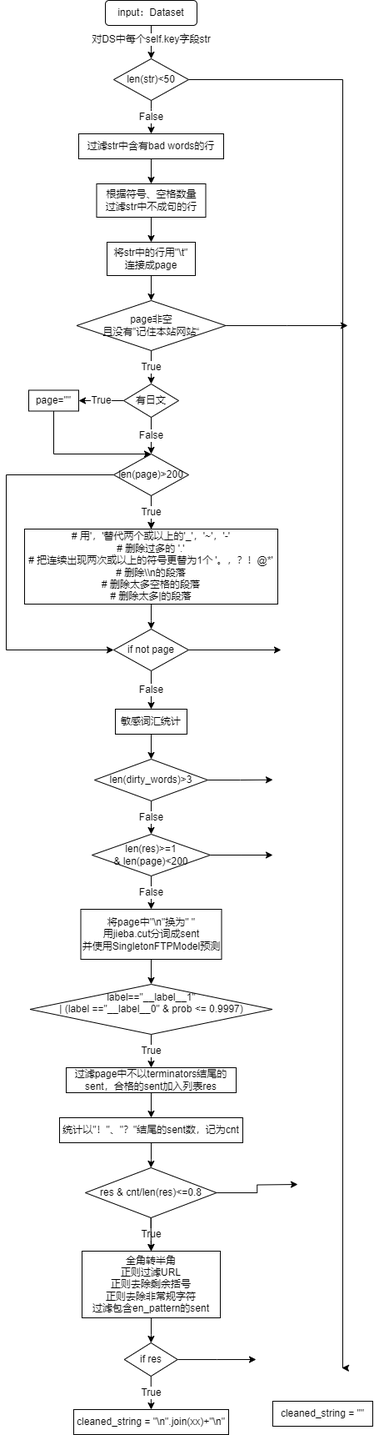
This is draw.io/OneFlow/zh_clean_OP_flowchart.png from LanXiu-0523/Image_host, a draw.io export, as it was before one commit. Source tidied: cells renumbered, new cells last; positions are measured from the earlier drawing's top-left corner, leaving out a move shared by most shapes.
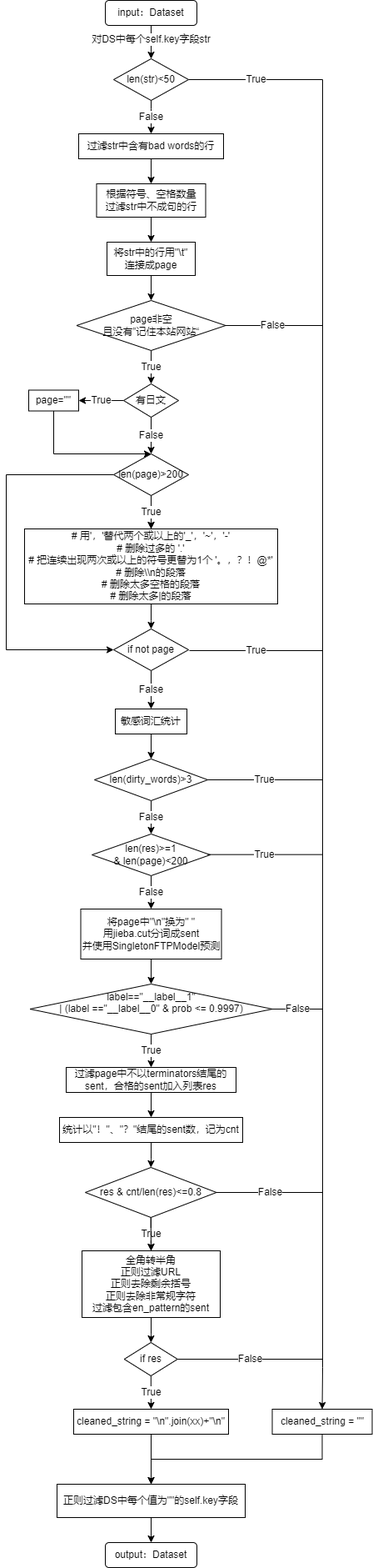
After the commit.

Change to the diagram source:
```diff
@@ -15,11 +15,11 @@
         <mxPoint x="-2" y="4" as="offset" />
       </mxGeometry>
     </mxCell>
-    <mxCell id="5" style="edgeStyle=orthogonalEdgeStyle;rounded=0;jettySize=auto;html=1;" parent="1" edge="1" source="6">
-      <mxGeometry relative="1" as="geometry">
-        <mxPoint x="403" y="1640" as="targetPoint" />
+    <mxCell id="5" value="True" style="edgeStyle=orthogonalEdgeStyle;rounded=0;jettySize=auto;html=1;entryX=0.5;entryY=0;entryDx=0;entryDy=0;" parent="1" edge="1" source="6" target="58">
+      <mxGeometry x="-0.91" relative="1" as="geometry">
         <Array as="points">
-          <mxPoint x="404" y="95" />
+          <mxPoint x="380" y="95" />
+          <mxPoint x="380" y="1640" />
         </Array>
       </mxGeometry>
     </mxCell>
@@ -50,11 +50,6 @@
         <mxPoint x="174" y="290" as="targetPoint" />
       </mxGeometry>
     </mxCell>
-    <mxCell id="12" style="edgeStyle=orthogonalEdgeStyle;rounded=0;jettySize=auto;html=1;" parent="1" edge="1" source="13">
-      <mxGeometry relative="1" as="geometry">
-        <mxPoint x="410" y="390" as="targetPoint" />
-      </mxGeometry>
-    </mxCell>
     <mxCell id="13" value="page非空&lt;br&gt;且没有”记住本站网站“" style="rhombus;whiteSpace=wrap;html=1;" parent="1" vertex="1">
       <mxGeometry x="84.5" y="360" width="179" height="60" as="geometry" />
     </mxCell>
@@ -110,11 +105,6 @@
     <mxCell id="26" value="False" style="edgeStyle=orthogonalEdgeStyle;rounded=0;jettySize=auto;html=1;entryX=0.5;entryY=0;entryDx=0;entryDy=0;" parent="1" edge="1" source="28" target="32">
       <mxGeometry relative="1" as="geometry" />
     </mxCell>
-    <mxCell id="27" style="edgeStyle=orthogonalEdgeStyle;rounded=0;jettySize=auto;html=1;" parent="1" edge="1" source="28">
-      <mxGeometry relative="1" as="geometry">
-        <mxPoint x="330" y="779" as="targetPoint" />
-      </mxGeometry>
-    </mxCell>
     <mxCell id="28" value="if not page" style="rhombus;whiteSpace=wrap;html=1;" parent="1" vertex="1">
       <mxGeometry x="129" y="754" width="90" height="50" as="geometry" />
     </mxCell>
@@ -134,22 +124,12 @@
     <mxCell id="32" value="敏感词汇统计" style="rounded=0;whiteSpace=wrap;html=1;" parent="1" vertex="1">
       <mxGeometry x="131" y="850" width="86" height="30" as="geometry" />
     </mxCell>
-    <mxCell id="33" style="edgeStyle=orthogonalEdgeStyle;rounded=0;jettySize=auto;html=1;exitX=1;exitY=0.5;exitDx=0;exitDy=0;" parent="1" edge="1" source="35">
-      <mxGeometry relative="1" as="geometry">
-        <mxPoint x="320" y="934.7" as="targetPoint" />
-      </mxGeometry>
-    </mxCell>
     <mxCell id="34" value="False" style="edgeStyle=orthogonalEdgeStyle;rounded=0;jettySize=auto;html=1;" parent="1" edge="1" source="35" target="38">
       <mxGeometry relative="1" as="geometry" />
     </mxCell>
     <mxCell id="35" value="len(dirty_words)&amp;gt;3" style="rhombus;whiteSpace=wrap;html=1;" parent="1" vertex="1">
       <mxGeometry x="106" y="910" width="136" height="50" as="geometry" />
     </mxCell>
-    <mxCell id="36" style="edgeStyle=orthogonalEdgeStyle;rounded=0;jettySize=auto;html=1;" parent="1" edge="1" source="38">
-      <mxGeometry relative="1" as="geometry">
-        <mxPoint x="320" y="1025" as="targetPoint" />
-      </mxGeometry>
-    </mxCell>
     <mxCell id="37" value="False" style="edgeStyle=orthogonalEdgeStyle;rounded=0;jettySize=auto;html=1;" parent="1" edge="1" source="38" target="40">
       <mxGeometry relative="1" as="geometry" />
     </mxCell>
@@ -185,11 +165,6 @@
     <mxCell id="47" value="过滤page中不以terminators结尾的sent，合格的sent加入列表res" style="rounded=0;whiteSpace=wrap;html=1;" parent="1" vertex="1">
       <mxGeometry x="72" y="1280" width="204" height="30" as="geometry" />
     </mxCell>
-    <mxCell id="48" style="edgeStyle=orthogonalEdgeStyle;rounded=0;jettySize=auto;html=1;" parent="1" edge="1" source="51">
-      <mxGeometry relative="1" as="geometry">
-        <mxPoint x="350" y="1420" as="targetPoint" />
-      </mxGeometry>
-    </mxCell>
     <mxCell id="49" value="True" style="edgeStyle=orthogonalEdgeStyle;rounded=0;jettySize=auto;html=1;" parent="1" edge="1" source="51" target="53">
       <mxGeometry x="-0.02" relative="1" as="geometry" />
     </mxCell>
@@ -205,25 +180,77 @@
     <mxCell id="53" value="全角转半角&lt;br&gt;正则过滤URL&lt;br&gt;正则去除剩余括号&lt;br&gt;正则去除非常规字符&lt;br&gt;过滤包含en_pattern的sent" style="rounded=0;whiteSpace=wrap;html=1;" parent="1" vertex="1">
       <mxGeometry x="91" y="1500" width="166" height="80" as="geometry" />
     </mxCell>
-    <mxCell id="54" style="edgeStyle=orthogonalEdgeStyle;rounded=0;jettySize=auto;html=1;" parent="1" edge="1" source="56">
-      <mxGeometry relative="1" as="geometry">
-        <mxPoint x="300" y="1630" as="targetPoint" />
-      </mxGeometry>
-    </mxCell>
     <mxCell id="55" value="True" style="edgeStyle=orthogonalEdgeStyle;rounded=0;jettySize=auto;html=1;" parent="1" edge="1" source="56" target="57">
       <mxGeometry relative="1" as="geometry" />
     </mxCell>
     <mxCell id="56" value="if res" style="rhombus;whiteSpace=wrap;html=1;" parent="1" vertex="1">
       <mxGeometry x="141.8" y="1610" width="64" height="40" as="geometry" />
     </mxCell>
+    <mxCell id="60" style="edgeStyle=orthogonalEdgeStyle;rounded=0;jettySize=auto;html=1;" parent="1" edge="1" source="57" target="70">
+      <mxGeometry relative="1" as="geometry" />
+    </mxCell>
     <mxCell id="57" value="cleaned_string = &quot;\n&quot;.join(xx)+&quot;\n&quot;" style="rounded=0;whiteSpace=wrap;html=1;" parent="1" vertex="1">
       <mxGeometry x="81" y="1690" width="186" height="30" as="geometry" />
     </mxCell>
+    <mxCell id="61" style="edgeStyle=orthogonalEdgeStyle;rounded=0;jettySize=auto;html=1;entryX=0.5;entryY=0;entryDx=0;entryDy=0;" parent="1" edge="1" source="58" target="70">
+      <mxGeometry relative="1" as="geometry">
+        <Array as="points">
+          <mxPoint x="379" y="1750" />
+          <mxPoint x="174" y="1750" />
+        </Array>
+      </mxGeometry>
+    </mxCell>
     <mxCell id="58" value="cleaned_string = &quot;&quot;" style="rounded=0;whiteSpace=wrap;html=1;" parent="1" vertex="1">
-      <mxGeometry x="320" y="1680" width="120" height="30" as="geometry" />
+      <mxGeometry x="319.5" y="1690" width="120" height="30" as="geometry" />
     </mxCell>
     <mxCell id="59" style="edgeStyle=orthogonalEdgeStyle;rounded=0;orthogonalLoop=1;jettySize=auto;html=1;exitX=0.5;exitY=1;exitDx=0;exitDy=0;" parent="1" edge="1" source="58" target="58">
       <mxGeometry relative="1" as="geometry" />
     </mxCell>
+    <mxCell id="62" value="False" style="endArrow=none;html=1;rounded=0;exitX=1;exitY=0.5;exitDx=0;exitDy=0;" parent="1" edge="1" source="13">
+      <mxGeometry x="-0.03" relative="1" as="geometry">
+        <mxPoint x="380" y="390" as="targetPoint" />
+      </mxGeometry>
+    </mxCell>
+    <mxCell id="63" value="True" style="endArrow=none;html=1;rounded=0;" parent="1" edge="1">
+      <mxGeometry relative="1" as="geometry">
+        <mxPoint x="220" y="780" as="sourcePoint" />
+        <mxPoint x="380" y="780" as="targetPoint" />
+      </mxGeometry>
+    </mxCell>
+    <mxCell id="64" value="True" style="endArrow=none;html=1;rounded=0;exitX=1;exitY=0.5;exitDx=0;exitDy=0;" parent="1" edge="1" source="35">
+      <mxGeometry x="-0.01" relative="1" as="geometry">
+        <mxPoint x="380" y="935" as="targetPoint" />
+      </mxGeometry>
+    </mxCell>
+    <mxCell id="65" value="True" style="endArrow=none;html=1;rounded=0;exitX=1;exitY=0.5;exitDx=0;exitDy=0;" parent="1" edge="1">
+      <mxGeometry x="-0.01" relative="1" as="geometry">
+        <mxPoint x="242" y="1024.7" as="sourcePoint" />
+        <mxPoint x="380" y="1024.7" as="targetPoint" />
+      </mxGeometry>
+    </mxCell>
+    <mxCell id="66" value="False" style="endArrow=none;html=1;rounded=0;exitX=1;exitY=0.5;exitDx=0;exitDy=0;" parent="1" edge="1" source="42">
+      <mxGeometry relative="1" as="geometry">
+        <mxPoint x="380" y="1210" as="targetPoint" />
+      </mxGeometry>
+    </mxCell>
+    <mxCell id="67" value="False" style="endArrow=none;html=1;rounded=0;exitX=1;exitY=0.5;exitDx=0;exitDy=0;" parent="1" edge="1" source="51">
+      <mxGeometry relative="1" as="geometry">
+        <mxPoint x="380" y="1430" as="targetPoint" />
+      </mxGeometry>
+    </mxCell>
+    <mxCell id="68" value="False" style="endArrow=none;html=1;rounded=0;exitX=1;exitY=0.5;exitDx=0;exitDy=0;" parent="1" edge="1" source="56">
+      <mxGeometry relative="1" as="geometry">
+        <mxPoint x="380" y="1630" as="targetPoint" />
+      </mxGeometry>
+    </mxCell>
+    <mxCell id="69" style="edgeStyle=orthogonalEdgeStyle;rounded=0;jettySize=auto;html=1;" parent="1" edge="1" source="70" target="71">
+      <mxGeometry relative="1" as="geometry" />
+    </mxCell>
+    <mxCell id="70" value="正则过滤DS中每个值为&quot;&quot;的self.key字段" style="rounded=0;whiteSpace=wrap;html=1;" parent="1" vertex="1">
+      <mxGeometry x="61" y="1780" width="226" height="40" as="geometry" />
+    </mxCell>
+    <mxCell id="71" value="output：Dataset" style="rounded=1;whiteSpace=wrap;html=1;" parent="1" vertex="1">
+      <mxGeometry x="119" y="1850" width="110" height="30" as="geometry" />
+    </mxCell>
   </root>
 </mxGraphModel>
```
